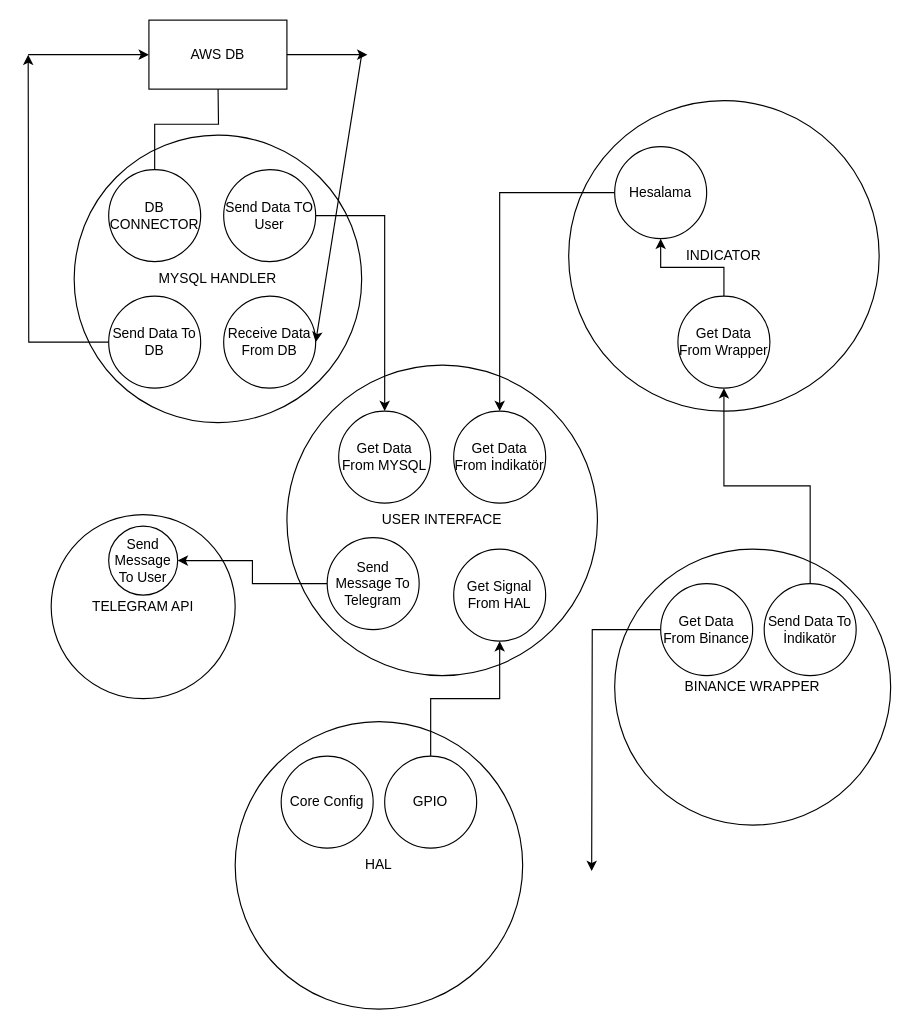
The draw.io diagram embed-proje-diagram.drawio in Muzaffer-Irmak-Yavuz/Binance-Bot, before the edit. Source tidied: cells renumbered, new cells numbered last; positions are measured from the earlier drawing's top-left corner, leaving out a move shared by most shapes. Both pictures are drawn from the tidied source at 115%, with x=0, y=0 at pixel (28, 20).
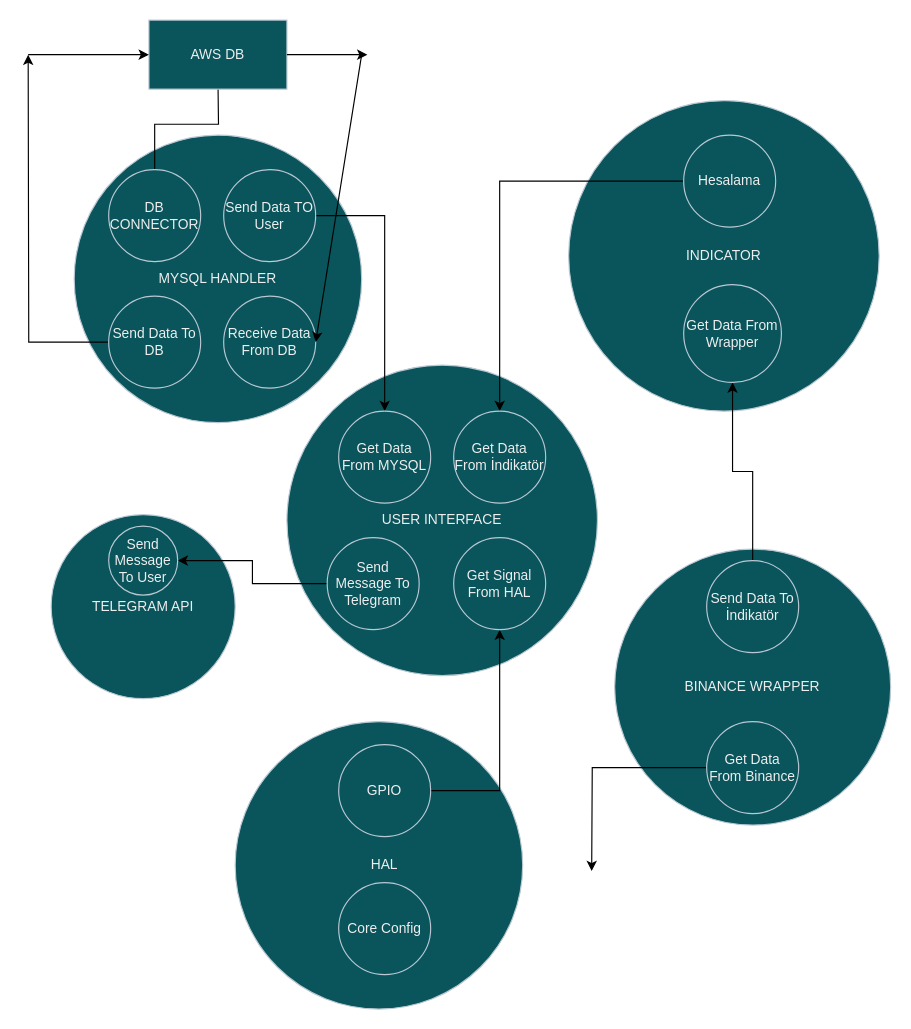
The same page after the edit.

What changed in the source:
```diff
@@
-    <mxCell id="2" value="USER INTERFACE" style="ellipse;whiteSpace=wrap;html=1;" parent="1" vertex="1">
+    <mxCell id="2" value="USER INTERFACE" style="ellipse;whiteSpace=wrap;html=1;fillColor=#09555B;strokeColor=#BAC8D3;fontColor=#EEEEEE;" parent="1" vertex="1">
       <mxGeometry x="225" y="300" width="270" height="270" as="geometry" />
     </mxCell>
-    <mxCell id="3" value="MYSQL HANDLER" style="ellipse;whiteSpace=wrap;html=1;" parent="1" vertex="1">
+    <mxCell id="3" value="MYSQL HANDLER" style="ellipse;whiteSpace=wrap;html=1;fillColor=#09555B;strokeColor=#BAC8D3;fontColor=#EEEEEE;" parent="1" vertex="1">
       <mxGeometry x="40" y="100" width="250" height="250" as="geometry" />
     </mxCell>
-    <mxCell id="4" style="edgeStyle=orthogonalEdgeStyle;rounded=0;jettySize=auto;html=1;exitX=0.5;exitY=0;exitDx=0;exitDy=0;" parent="1" edge="1" source="5">
+    <mxCell id="4" style="edgeStyle=orthogonalEdgeStyle;rounded=0;jettySize=auto;html=1;exitX=0.5;exitY=0;exitDx=0;exitDy=0;strokeColor=#000000;" parent="1" edge="1" source="5">
       <mxGeometry relative="1" as="geometry">
         <mxPoint x="165" y="50" as="targetPoint" />
       </mxGeometry>
     </mxCell>
-    <mxCell id="5" value="DB CONNECTOR" style="ellipse;whiteSpace=wrap;html=1;" parent="1" vertex="1">
+    <mxCell id="5" value="DB CONNECTOR" style="ellipse;whiteSpace=wrap;html=1;fillColor=#09555B;strokeColor=#BAC8D3;fontColor=#EEEEEE;" parent="1" vertex="1">
       <mxGeometry x="70" y="130" width="80" height="80" as="geometry" />
     </mxCell>
-    <mxCell id="6" value="AWS DB" style="whiteSpace=wrap;html=1;" parent="1" vertex="1">
+    <mxCell id="6" value="AWS DB" style="whiteSpace=wrap;html=1;fillColor=#09555B;strokeColor=#BAC8D3;fontColor=#EEEEEE;" parent="1" vertex="1">
       <mxGeometry x="105" width="120" height="60" as="geometry" />
     </mxCell>
-    <mxCell id="7" style="edgeStyle=orthogonalEdgeStyle;rounded=0;jettySize=auto;html=1;" parent="1" edge="1" source="8">
+    <mxCell id="7" style="edgeStyle=orthogonalEdgeStyle;rounded=0;jettySize=auto;html=1;strokeColor=#000000;" parent="1" edge="1" source="8">
       <mxGeometry relative="1" as="geometry">
         <mxPoint y="30" as="targetPoint" />
       </mxGeometry>
     </mxCell>
-    <mxCell id="8" value="Send Data To DB" style="ellipse;whiteSpace=wrap;html=1;" parent="1" vertex="1">
+    <mxCell id="8" value="Send Data To DB" style="ellipse;whiteSpace=wrap;html=1;fillColor=#09555B;strokeColor=#BAC8D3;fontColor=#EEEEEE;" parent="1" vertex="1">
       <mxGeometry x="70" y="240" width="80" height="80" as="geometry" />
     </mxCell>
-    <mxCell id="9" style="endArrow=classic;html=1;rounded=0;entryX=0;entryY=0.5;entryDx=0;entryDy=0;" parent="1" edge="1" target="6">
+    <mxCell id="9" style="endArrow=classic;html=1;rounded=0;entryX=0;entryY=0.5;entryDx=0;entryDy=0;strokeColor=#000000;" parent="1" edge="1" target="6">
       <mxGeometry relative="1" as="geometry">
         <mxPoint y="30" as="sourcePoint" />
       </mxGeometry>
     </mxCell>
-    <mxCell id="10" value="Receive Data From DB" style="ellipse;whiteSpace=wrap;html=1;" parent="1" vertex="1">
+    <mxCell id="10" value="Receive Data From DB" style="ellipse;whiteSpace=wrap;html=1;fillColor=#09555B;strokeColor=#BAC8D3;fontColor=#EEEEEE;" parent="1" vertex="1">
       <mxGeometry x="170" y="240" width="80" height="80" as="geometry" />
     </mxCell>
-    <mxCell id="11" style="endArrow=classic;html=1;rounded=0;" parent="1" edge="1">
+    <mxCell id="11" style="endArrow=classic;html=1;rounded=0;strokeColor=#000000;" parent="1" edge="1">
       <mxGeometry relative="1" as="geometry">
         <mxPoint x="225" y="30" as="sourcePoint" />
         <mxPoint x="295" y="30" as="targetPoint" />
       </mxGeometry>
     </mxCell>
-    <mxCell id="12" style="endArrow=classic;html=1;rounded=0;entryX=1;entryY=0.5;entryDx=0;entryDy=0;" parent="1" edge="1" target="10">
+    <mxCell id="12" style="endArrow=classic;html=1;rounded=0;entryX=1;entryY=0.5;entryDx=0;entryDy=0;strokeColor=#000000;" parent="1" edge="1" target="10">
       <mxGeometry relative="1" as="geometry">
         <mxPoint x="290" y="30" as="sourcePoint" />
       </mxGeometry>
     </mxCell>
-    <mxCell id="13" style="edgeStyle=orthogonalEdgeStyle;rounded=0;jettySize=auto;html=1;" parent="1" edge="1" source="14">
+    <mxCell id="13" style="edgeStyle=orthogonalEdgeStyle;rounded=0;jettySize=auto;html=1;strokeColor=#000000;" parent="1" edge="1" source="14">
       <mxGeometry relative="1" as="geometry">
         <mxPoint x="310" y="340" as="targetPoint" />
         <Array as="points">
           <mxPoint x="310" y="170" />
         </Array>
       </mxGeometry>
     </mxCell>
-    <mxCell id="14" value="Send Data TO&lt;br&gt;User" style="ellipse;whiteSpace=wrap;html=1;" parent="1" vertex="1">
+    <mxCell id="14" value="Send Data TO&lt;br&gt;User" style="ellipse;whiteSpace=wrap;html=1;fillColor=#09555B;strokeColor=#BAC8D3;fontColor=#EEEEEE;" parent="1" vertex="1">
       <mxGeometry x="170" y="130" width="80" height="80" as="geometry" />
     </mxCell>
-    <mxCell id="15" value="Get Data From MYSQL" style="ellipse;whiteSpace=wrap;html=1;" parent="1" vertex="1">
+    <mxCell id="15" value="Get Data From MYSQL" style="ellipse;whiteSpace=wrap;html=1;fillColor=#09555B;strokeColor=#BAC8D3;fontColor=#EEEEEE;" parent="1" vertex="1">
       <mxGeometry x="270" y="340" width="80" height="80" as="geometry" />
     </mxCell>
-    <mxCell id="16" value="INDICATOR" style="ellipse;whiteSpace=wrap;html=1;" parent="1" vertex="1">
+    <mxCell id="16" value="INDICATOR" style="ellipse;whiteSpace=wrap;html=1;fillColor=#09555B;strokeColor=#BAC8D3;fontColor=#EEEEEE;" parent="1" vertex="1">
       <mxGeometry x="470" y="70" width="270" height="270" as="geometry" />
     </mxCell>
-    <mxCell id="17" style="edgeStyle=orthogonalEdgeStyle;rounded=0;jettySize=auto;html=1;fontSize=12;" parent="1" edge="1" source="18" target="19">
+    <mxCell id="17" style="edgeStyle=orthogonalEdgeStyle;rounded=0;jettySize=auto;html=1;fontSize=12;strokeColor=#000000;" parent="1" edge="1" source="18" target="19">
       <mxGeometry relative="1" as="geometry" />
     </mxCell>
-    <mxCell id="18" value="&lt;font style=&quot;font-size: 12px&quot;&gt;Hesalama&lt;/font&gt;" style="ellipse;whiteSpace=wrap;html=1;fontSize=11;" parent="1" vertex="1">
-      <mxGeometry x="510" y="110" width="80" height="80" as="geometry" />
+    <mxCell id="18" value="&lt;font style=&quot;font-size: 12px&quot;&gt;Hesalama&lt;/font&gt;" style="ellipse;whiteSpace=wrap;html=1;fontSize=11;fillColor=#09555B;strokeColor=#BAC8D3;fontColor=#EEEEEE;" parent="1" vertex="1">
+      <mxGeometry x="570" y="100" width="80" height="80" as="geometry" />
     </mxCell>
-    <mxCell id="19" value="Get Data From İndikatör" style="ellipse;whiteSpace=wrap;html=1;fontSize=12;" parent="1" vertex="1">
+    <mxCell id="19" value="Get Data From İndikatör" style="ellipse;whiteSpace=wrap;html=1;fontSize=12;fillColor=#09555B;strokeColor=#BAC8D3;fontColor=#EEEEEE;" parent="1" vertex="1">
       <mxGeometry x="370" y="340" width="80" height="80" as="geometry" />
     </mxCell>
-    <mxCell id="20" value="BINANCE WRAPPER" style="ellipse;whiteSpace=wrap;html=1;fontSize=12;" parent="1" vertex="1">
+    <mxCell id="20" value="BINANCE WRAPPER" style="ellipse;whiteSpace=wrap;html=1;fontSize=12;fillColor=#09555B;strokeColor=#BAC8D3;fontColor=#EEEEEE;" parent="1" vertex="1">
       <mxGeometry x="510" y="460" width="240" height="240" as="geometry" />
     </mxCell>
-    <mxCell id="21" style="edgeStyle=orthogonalEdgeStyle;rounded=0;jettySize=auto;html=1;fontSize=12;" parent="1" edge="1" source="22">
+    <mxCell id="21" style="edgeStyle=orthogonalEdgeStyle;rounded=0;jettySize=auto;html=1;fontSize=12;strokeColor=#000000;" parent="1" edge="1" source="22">
       <mxGeometry relative="1" as="geometry">
         <mxPoint x="490" y="740" as="targetPoint" />
       </mxGeometry>
     </mxCell>
-    <mxCell id="22" value="Get Data From Binance" style="ellipse;whiteSpace=wrap;html=1;fontSize=12;" parent="1" vertex="1">
-      <mxGeometry x="550" y="490" width="80" height="80" as="geometry" />
+    <mxCell id="22" value="Get Data From Binance" style="ellipse;whiteSpace=wrap;html=1;fontSize=12;fillColor=#09555B;strokeColor=#BAC8D3;fontColor=#EEEEEE;" parent="1" vertex="1">
+      <mxGeometry x="590" y="610" width="80" height="80" as="geometry" />
     </mxCell>
-    <mxCell id="23" style="edgeStyle=orthogonalEdgeStyle;rounded=0;jettySize=auto;html=1;entryX=0.5;entryY=1;entryDx=0;entryDy=0;fontSize=12;" parent="1" edge="1" source="24" target="26">
+    <mxCell id="23" style="edgeStyle=orthogonalEdgeStyle;rounded=0;jettySize=auto;html=1;entryX=0.5;entryY=1;entryDx=0;entryDy=0;fontSize=12;strokeColor=#000000;" parent="1" edge="1" source="24" target="26">
       <mxGeometry relative="1" as="geometry" />
     </mxCell>
-    <mxCell id="24" value="Send Data To İndikatör" style="ellipse;whiteSpace=wrap;html=1;fontSize=12;" parent="1" vertex="1">
-      <mxGeometry x="640" y="490" width="80" height="80" as="geometry" />
+    <mxCell id="24" value="Send Data To İndikatör" style="ellipse;whiteSpace=wrap;html=1;fontSize=12;fillColor=#09555B;strokeColor=#BAC8D3;fontColor=#EEEEEE;" parent="1" vertex="1">
+      <mxGeometry x="590" y="470" width="80" height="80" as="geometry" />
     </mxCell>
-    <mxCell id="25" style="edgeStyle=orthogonalEdgeStyle;rounded=0;jettySize=auto;html=1;fontSize=12;" parent="1" edge="1" source="26" target="18">
-      <mxGeometry relative="1" as="geometry" />
-    </mxCell>
-    <mxCell id="26" value="Get Data From Wrapper" style="ellipse;whiteSpace=wrap;html=1;fontSize=12;" parent="1" vertex="1">
-      <mxGeometry x="565" y="240" width="80" height="80" as="geometry" />
+    <mxCell id="26" value="Get Data From Wrapper" style="ellipse;whiteSpace=wrap;html=1;fontSize=12;fillColor=#09555B;strokeColor=#BAC8D3;fontColor=#EEEEEE;" parent="1" vertex="1">
+      <mxGeometry x="570" y="230" width="85" height="85" as="geometry" />
     </mxCell>
-    <mxCell id="27" value="TELEGRAM API" style="ellipse;whiteSpace=wrap;html=1;fontSize=12;" parent="1" vertex="1">
+    <mxCell id="27" value="TELEGRAM API" style="ellipse;whiteSpace=wrap;html=1;fontSize=12;fillColor=#09555B;strokeColor=#BAC8D3;fontColor=#EEEEEE;" parent="1" vertex="1">
       <mxGeometry x="20" y="430" width="160" height="160" as="geometry" />
     </mxCell>
-    <mxCell id="28" style="edgeStyle=orthogonalEdgeStyle;rounded=0;jettySize=auto;html=1;fontSize=12;" parent="1" edge="1" source="29" target="30">
+    <mxCell id="28" style="edgeStyle=orthogonalEdgeStyle;rounded=0;jettySize=auto;html=1;fontSize=12;strokeColor=#000000;" parent="1" edge="1" source="29" target="30">
       <mxGeometry relative="1" as="geometry" />
     </mxCell>
-    <mxCell id="29" value="Send Message To Telegram" style="ellipse;whiteSpace=wrap;html=1;fontSize=12;" parent="1" vertex="1">
+    <mxCell id="29" value="Send Message To Telegram" style="ellipse;whiteSpace=wrap;html=1;fontSize=12;fillColor=#09555B;strokeColor=#BAC8D3;fontColor=#EEEEEE;" parent="1" vertex="1">
       <mxGeometry x="260" y="450" width="80" height="80" as="geometry" />
     </mxCell>
-    <mxCell id="30" value="Send Message To User" style="ellipse;whiteSpace=wrap;html=1;fontSize=12;" parent="1" vertex="1">
+    <mxCell id="30" value="Send Message To User" style="ellipse;whiteSpace=wrap;html=1;fontSize=12;fillColor=#09555B;strokeColor=#BAC8D3;fontColor=#EEEEEE;" parent="1" vertex="1">
       <mxGeometry x="70" y="440" width="60" height="60" as="geometry" />
     </mxCell>
-    <mxCell id="31" value="HAL" style="ellipse;whiteSpace=wrap;html=1;fontSize=12;" parent="1" vertex="1">
+    <mxCell id="31" value="&amp;nbsp; &amp;nbsp;HAL" style="ellipse;whiteSpace=wrap;html=1;fontSize=12;fillColor=#09555B;strokeColor=#BAC8D3;fontColor=#EEEEEE;" parent="1" vertex="1">
       <mxGeometry x="180" y="610" width="250" height="250" as="geometry" />
     </mxCell>
-    <mxCell id="32" value="Core Config" style="ellipse;whiteSpace=wrap;html=1;fontSize=12;" parent="1" vertex="1">
-      <mxGeometry x="220" y="640" width="80" height="80" as="geometry" />
+    <mxCell id="32" value="Core Config" style="ellipse;whiteSpace=wrap;html=1;fontSize=12;fillColor=#09555B;strokeColor=#BAC8D3;fontColor=#EEEEEE;" parent="1" vertex="1">
+      <mxGeometry x="270" y="750" width="80" height="80" as="geometry" />
     </mxCell>
-    <mxCell id="33" style="edgeStyle=orthogonalEdgeStyle;rounded=0;jettySize=auto;html=1;fontSize=12;" parent="1" edge="1" source="34" target="35">
+    <mxCell id="33" style="edgeStyle=orthogonalEdgeStyle;rounded=0;jettySize=auto;html=1;fontSize=12;strokeColor=#000000;" parent="1" edge="1" source="34" target="35">
       <mxGeometry relative="1" as="geometry" />
     </mxCell>
-    <mxCell id="34" value="GPIO" style="ellipse;whiteSpace=wrap;html=1;fontSize=12;" parent="1" vertex="1">
-      <mxGeometry x="310" y="640" width="80" height="80" as="geometry" />
+    <mxCell id="34" value="GPIO" style="ellipse;whiteSpace=wrap;html=1;fontSize=12;fillColor=#09555B;strokeColor=#BAC8D3;fontColor=#EEEEEE;" parent="1" vertex="1">
+      <mxGeometry x="270" y="630" width="80" height="80" as="geometry" />
     </mxCell>
-    <mxCell id="35" value="Get Signal From HAL" style="ellipse;whiteSpace=wrap;html=1;fontSize=12;" parent="1" vertex="1">
-      <mxGeometry x="370" y="460" width="80" height="80" as="geometry" />
+    <mxCell id="35" value="Get Signal From HAL" style="ellipse;whiteSpace=wrap;html=1;fontSize=12;fillColor=#09555B;strokeColor=#BAC8D3;fontColor=#EEEEEE;" parent="1" vertex="1">
+      <mxGeometry x="370" y="450" width="80" height="80" as="geometry" />
     </mxCell>
```
